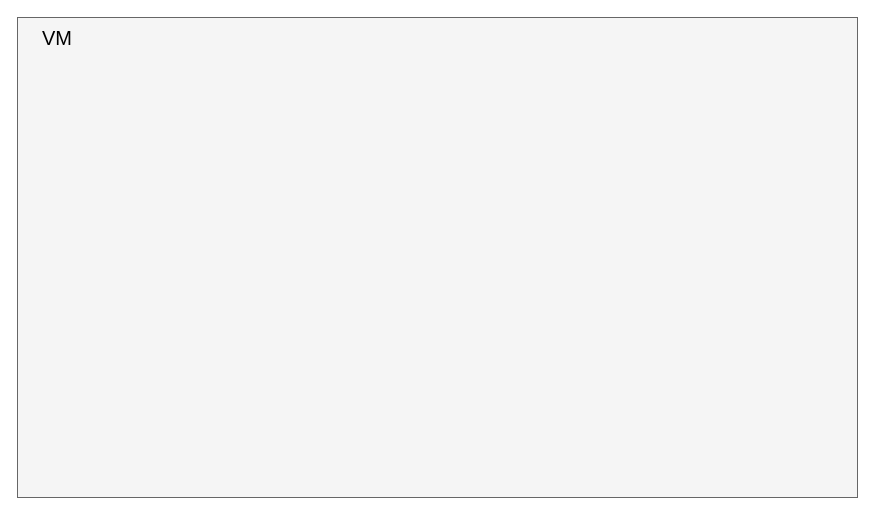
Before: vault-vault-actual-deployment-arch.drawio in YanshanSong/draw.io, a draw.io diagram. Source tidied: cells renumbered, new cells numbered last; positions are measured from the earlier drawing's top-left corner, leaving out a move shared by most shapes. Both pictures are drawn from the tidied source at 100%, with x=0, y=0 at pixel (17, 17). Pictures stored in the file or linked from it are replaced by grey dashed boxes.
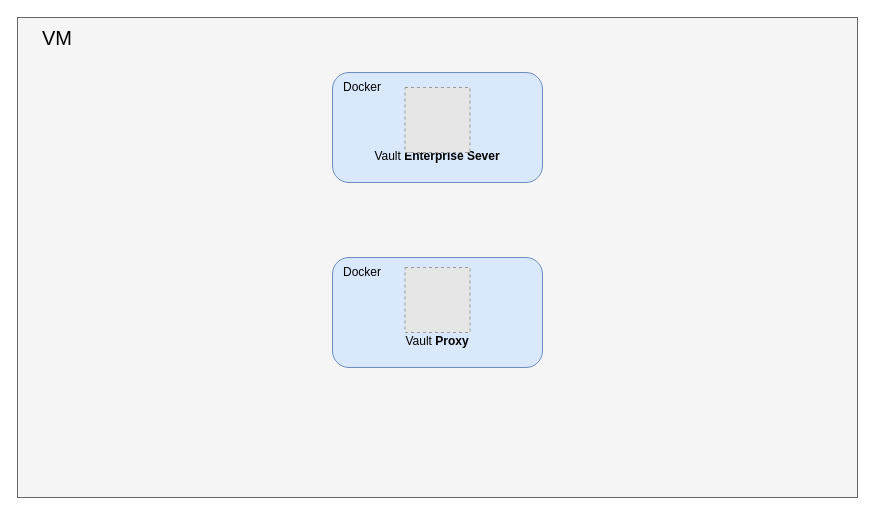
Above is the later version.

What changed in the source:
```diff
@@
 <mxGraphModel>
   <root>
     <mxCell id="0" />
     <mxCell id="1" parent="0" />
     <mxCell id="2" style="rounded=0;whiteSpace=wrap;html=1;fillColor=#f5f5f5;fontColor=#333333;strokeColor=#666666;" parent="1" vertex="1">
       <mxGeometry width="840" height="480" as="geometry" />
     </mxCell>
     <mxCell id="3" value="VM" style="text;html=1;align=center;verticalAlign=middle;whiteSpace=wrap;rounded=0;fontSize=20;" parent="1" vertex="1">
       <mxGeometry width="80" height="40" as="geometry" />
     </mxCell>
+    <mxCell id="4" style="group;" parent="1" vertex="1">
+      <mxGeometry x="315" y="55" width="210" height="110" as="geometry" />
+    </mxCell>
+    <mxCell id="5" value="&lt;div&gt;&lt;br&gt;&lt;/div&gt;&lt;div&gt;&lt;br&gt;&lt;/div&gt;&lt;div&gt;&lt;br&gt;&lt;/div&gt;&lt;div&gt;&lt;br&gt;&lt;/div&gt;&lt;div&gt;Vault &lt;b&gt;Enterprise Sever&lt;/b&gt;&lt;/div&gt;" style="rounded=1;whiteSpace=wrap;html=1;fillColor=#dae8fc;strokeColor=#6c8ebf;" parent="4" vertex="1">
+      <mxGeometry width="210" height="110" as="geometry" />
+    </mxCell>
+    <mxCell id="6" style="fillColor=#E6E6E6;strokeColor=#999999;dashed=1;verticalLabelPosition=bottom;labelBackgroundColor=default;verticalAlign=top;" parent="4" vertex="1">
+      <mxGeometry x="72.5" y="15" width="65" height="65" as="geometry" />
+    </mxCell>
+    <mxCell id="7" value="Docker" style="text;html=1;align=center;verticalAlign=middle;whiteSpace=wrap;rounded=0;" parent="4" vertex="1">
+      <mxGeometry width="60" height="30" as="geometry" />
+    </mxCell>
+    <mxCell id="8" style="group;" parent="1" vertex="1">
+      <mxGeometry x="315" y="240" width="210" height="110" as="geometry" />
+    </mxCell>
+    <mxCell id="9" value="&lt;div&gt;&lt;br&gt;&lt;/div&gt;&lt;div&gt;&lt;br&gt;&lt;/div&gt;&lt;div&gt;&lt;br&gt;&lt;/div&gt;&lt;div&gt;&lt;br&gt;&lt;/div&gt;&lt;div&gt;Vault &lt;b&gt;Proxy&lt;/b&gt;&lt;/div&gt;" style="rounded=1;whiteSpace=wrap;html=1;fillColor=#dae8fc;strokeColor=#6c8ebf;" parent="8" vertex="1">
+      <mxGeometry width="210" height="110" as="geometry" />
+    </mxCell>
+    <mxCell id="10" value="Docker" style="text;html=1;align=center;verticalAlign=middle;whiteSpace=wrap;rounded=0;" parent="8" vertex="1">
+      <mxGeometry width="60" height="30" as="geometry" />
+    </mxCell>
+    <mxCell id="11" style="fillColor=#E6E6E6;strokeColor=#999999;dashed=1;verticalLabelPosition=bottom;labelBackgroundColor=default;verticalAlign=top;" parent="8" vertex="1">
+      <mxGeometry x="72.5" y="10" width="65" height="65" as="geometry" />
+    </mxCell>
   </root>
 </mxGraphModel>
```
